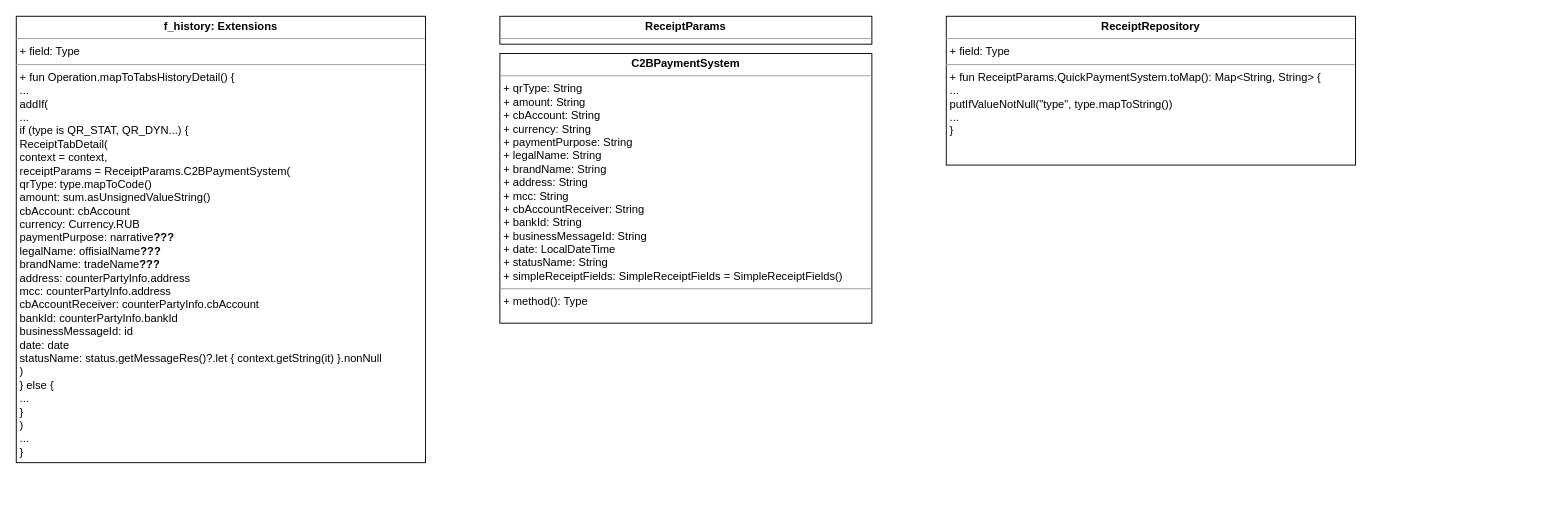
This is UNI-15154.drawio from ShiryaevNikolay/diagrams, a draw.io file, before an edit. Source tidied: cells renumbered, new cells numbered last; positions are measured from the earlier drawing's top-left corner, leaving out a move shared by most shapes. Both pictures are drawn from the tidied source at 93%, with x=0, y=0 at pixel (16, 16).
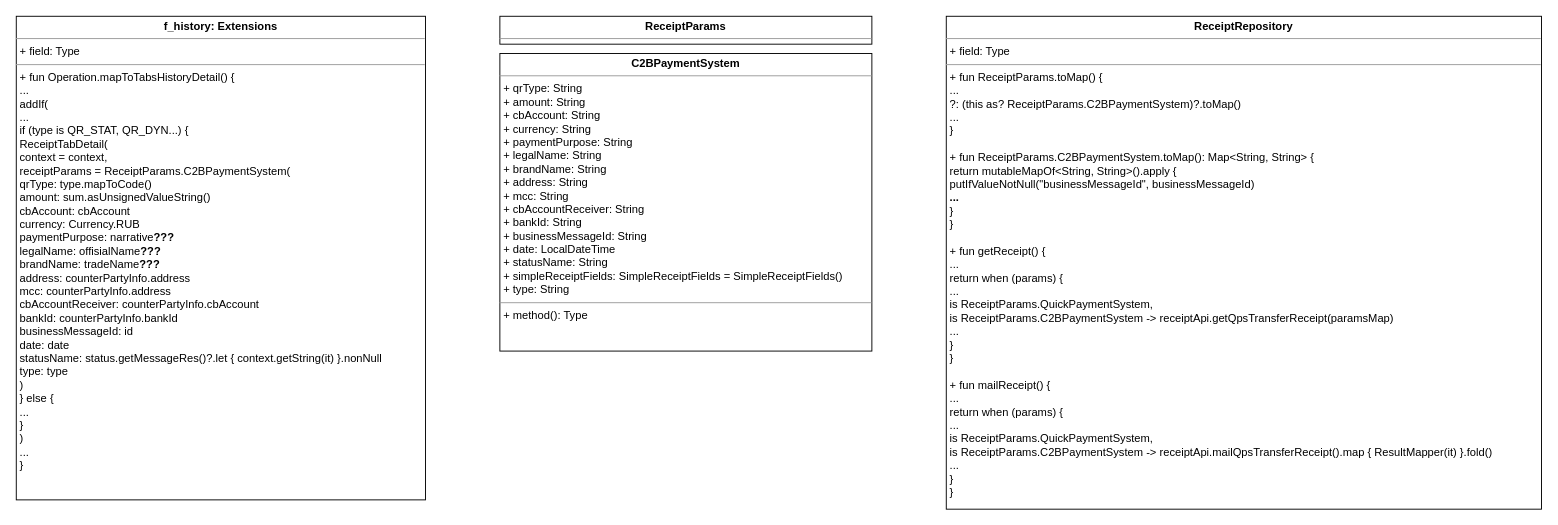
The same page after the edit.

What changed in the source:
```diff
@@
 <mxGraphModel>
   <root>
     <mxCell id="0" />
     <mxCell id="1" parent="0" />
-    <mxCell id="2" value="&lt;p style=&quot;margin: 0px ; margin-top: 4px ; text-align: center&quot;&gt;&lt;b&gt;f_history: Extensions&lt;br&gt;&lt;/b&gt;&lt;/p&gt;&lt;hr size=&quot;1&quot;&gt;&lt;p style=&quot;margin: 0px ; margin-left: 4px&quot;&gt;+ field: Type&lt;/p&gt;&lt;hr size=&quot;1&quot;&gt;&lt;p style=&quot;margin: 0px ; margin-left: 4px&quot;&gt;+ fun Operation.mapToTabsHistoryDetail() {&lt;/p&gt;&lt;p style=&quot;margin: 0px ; margin-left: 4px&quot;&gt;...&lt;/p&gt;&lt;p style=&quot;margin: 0px ; margin-left: 4px&quot;&gt;addIf(&lt;/p&gt;&lt;p style=&quot;margin: 0px ; margin-left: 4px&quot;&gt;...&lt;/p&gt;&lt;p style=&quot;margin: 0px ; margin-left: 4px&quot;&gt;if (type is QR_STAT, QR_DYN...) {&lt;/p&gt;&lt;p style=&quot;margin: 0px ; margin-left: 4px&quot;&gt;ReceiptTabDetail(&lt;br&gt;context = context,&lt;br&gt;receiptParams = ReceiptParams.C2BPaymentSystem(&lt;br&gt;qrType: type.mapToCode()&lt;/p&gt;&lt;p style=&quot;margin: 0px ; margin-left: 4px&quot;&gt;amount: sum.asUnsignedValueString()&lt;/p&gt;&lt;p style=&quot;margin: 0px ; margin-left: 4px&quot;&gt;cbAccount: cbAccount&lt;/p&gt;&lt;p style=&quot;margin: 0px ; margin-left: 4px&quot;&gt;currency: Currency.RUB&lt;/p&gt;&lt;p style=&quot;margin: 0px ; margin-left: 4px&quot;&gt;paymentPurpose: narrative&lt;b&gt;???&lt;/b&gt;&lt;/p&gt;&lt;p style=&quot;margin: 0px ; margin-left: 4px&quot;&gt;legalName: offisialName&lt;b&gt;???&lt;/b&gt;&lt;/p&gt;&lt;p style=&quot;margin: 0px ; margin-left: 4px&quot;&gt;brandName: tradeName&lt;b&gt;???&lt;/b&gt;&lt;/p&gt;&lt;p style=&quot;margin: 0px ; margin-left: 4px&quot;&gt;address: counterPartyInfo.address&lt;/p&gt;&lt;p style=&quot;margin: 0px ; margin-left: 4px&quot;&gt;mcc: counterPartyInfo.address&lt;/p&gt;&lt;p style=&quot;margin: 0px ; margin-left: 4px&quot;&gt;cbAccountReceiver: counterPartyInfo.cbAccount&lt;/p&gt;&lt;p style=&quot;margin: 0px ; margin-left: 4px&quot;&gt;bankId: counterPartyInfo.bankId&lt;/p&gt;&lt;p style=&quot;margin: 0px ; margin-left: 4px&quot;&gt;businessMessageId: id&lt;/p&gt;&lt;p style=&quot;margin: 0px ; margin-left: 4px&quot;&gt;date: date&lt;/p&gt;&lt;p style=&quot;margin: 0px ; margin-left: 4px&quot;&gt;statusName: status.getMessageRes()?.let { context.getString(it) }.nonNull&lt;/p&gt;&lt;p style=&quot;margin: 0px ; margin-left: 4px&quot;&gt;)&lt;br&gt;&lt;/p&gt;&lt;p style=&quot;margin: 0px ; margin-left: 4px&quot;&gt;} else {&lt;/p&gt;&lt;p style=&quot;margin: 0px ; margin-left: 4px&quot;&gt;...&lt;br&gt;&lt;/p&gt;&lt;p style=&quot;margin: 0px ; margin-left: 4px&quot;&gt;}&lt;br&gt;&lt;/p&gt;&lt;p style=&quot;margin: 0px ; margin-left: 4px&quot;&gt;)&lt;br&gt;&lt;/p&gt;&lt;p style=&quot;margin: 0px ; margin-left: 4px&quot;&gt;...&lt;br&gt;&lt;/p&gt;&lt;p style=&quot;margin: 0px ; margin-left: 4px&quot;&gt;}&lt;br&gt;&lt;/p&gt;" style="verticalAlign=top;align=left;overflow=fill;fontSize=12;fontFamily=Helvetica;html=1;" parent="1" vertex="1">
-      <mxGeometry width="440" height="480" as="geometry" />
+    <mxCell id="2" value="&lt;p style=&quot;margin: 0px ; margin-top: 4px ; text-align: center&quot;&gt;&lt;b&gt;f_history: Extensions&lt;br&gt;&lt;/b&gt;&lt;/p&gt;&lt;hr size=&quot;1&quot;&gt;&lt;p style=&quot;margin: 0px ; margin-left: 4px&quot;&gt;+ field: Type&lt;/p&gt;&lt;hr size=&quot;1&quot;&gt;&lt;p style=&quot;margin: 0px ; margin-left: 4px&quot;&gt;+ fun Operation.mapToTabsHistoryDetail() {&lt;/p&gt;&lt;p style=&quot;margin: 0px ; margin-left: 4px&quot;&gt;...&lt;/p&gt;&lt;p style=&quot;margin: 0px ; margin-left: 4px&quot;&gt;addIf(&lt;/p&gt;&lt;p style=&quot;margin: 0px ; margin-left: 4px&quot;&gt;...&lt;/p&gt;&lt;p style=&quot;margin: 0px ; margin-left: 4px&quot;&gt;if (type is QR_STAT, QR_DYN...) {&lt;/p&gt;&lt;p style=&quot;margin: 0px ; margin-left: 4px&quot;&gt;ReceiptTabDetail(&lt;br&gt;context = context,&lt;br&gt;receiptParams = ReceiptParams.C2BPaymentSystem(&lt;br&gt;qrType: type.mapToCode()&lt;/p&gt;&lt;p style=&quot;margin: 0px ; margin-left: 4px&quot;&gt;amount: sum.asUnsignedValueString()&lt;/p&gt;&lt;p style=&quot;margin: 0px ; margin-left: 4px&quot;&gt;cbAccount: cbAccount&lt;/p&gt;&lt;p style=&quot;margin: 0px ; margin-left: 4px&quot;&gt;currency: Currency.RUB&lt;/p&gt;&lt;p style=&quot;margin: 0px ; margin-left: 4px&quot;&gt;paymentPurpose: narrative&lt;b&gt;???&lt;/b&gt;&lt;/p&gt;&lt;p style=&quot;margin: 0px ; margin-left: 4px&quot;&gt;legalName: offisialName&lt;b&gt;???&lt;/b&gt;&lt;/p&gt;&lt;p style=&quot;margin: 0px ; margin-left: 4px&quot;&gt;brandName: tradeName&lt;b&gt;???&lt;/b&gt;&lt;/p&gt;&lt;p style=&quot;margin: 0px ; margin-left: 4px&quot;&gt;address: counterPartyInfo.address&lt;/p&gt;&lt;p style=&quot;margin: 0px ; margin-left: 4px&quot;&gt;mcc: counterPartyInfo.address&lt;/p&gt;&lt;p style=&quot;margin: 0px ; margin-left: 4px&quot;&gt;cbAccountReceiver: counterPartyInfo.cbAccount&lt;/p&gt;&lt;p style=&quot;margin: 0px ; margin-left: 4px&quot;&gt;bankId: counterPartyInfo.bankId&lt;/p&gt;&lt;p style=&quot;margin: 0px ; margin-left: 4px&quot;&gt;businessMessageId: id&lt;/p&gt;&lt;p style=&quot;margin: 0px ; margin-left: 4px&quot;&gt;date: date&lt;/p&gt;&lt;p style=&quot;margin: 0px ; margin-left: 4px&quot;&gt;statusName: status.getMessageRes()?.let { context.getString(it) }.nonNull&lt;/p&gt;&lt;p style=&quot;margin: 0px ; margin-left: 4px&quot;&gt;type: type&lt;br&gt;&lt;/p&gt;&lt;p style=&quot;margin: 0px ; margin-left: 4px&quot;&gt;)&lt;br&gt;&lt;/p&gt;&lt;p style=&quot;margin: 0px ; margin-left: 4px&quot;&gt;} else {&lt;/p&gt;&lt;p style=&quot;margin: 0px ; margin-left: 4px&quot;&gt;...&lt;br&gt;&lt;/p&gt;&lt;p style=&quot;margin: 0px ; margin-left: 4px&quot;&gt;}&lt;br&gt;&lt;/p&gt;&lt;p style=&quot;margin: 0px ; margin-left: 4px&quot;&gt;)&lt;br&gt;&lt;/p&gt;&lt;p style=&quot;margin: 0px ; margin-left: 4px&quot;&gt;...&lt;br&gt;&lt;/p&gt;&lt;p style=&quot;margin: 0px ; margin-left: 4px&quot;&gt;}&lt;br&gt;&lt;/p&gt;" style="verticalAlign=top;align=left;overflow=fill;fontSize=12;fontFamily=Helvetica;html=1;" parent="1" vertex="1">
+      <mxGeometry width="440" height="520" as="geometry" />
     </mxCell>
     <mxCell id="3" value="&lt;p style=&quot;margin: 0px ; margin-top: 4px ; text-align: center&quot;&gt;&lt;b&gt;ReceiptParams&lt;/b&gt;&lt;/p&gt;&lt;hr size=&quot;1&quot;&gt;&lt;p style=&quot;margin: 0px ; margin-left: 4px&quot;&gt;+ field: Type&lt;/p&gt;&lt;hr size=&quot;1&quot;&gt;&lt;p style=&quot;margin: 0px ; margin-left: 4px&quot;&gt;+ method(): Type&lt;/p&gt;" style="verticalAlign=top;align=left;overflow=fill;fontSize=12;fontFamily=Helvetica;html=1;" parent="1" vertex="1">
       <mxGeometry x="520" width="400" height="30" as="geometry" />
     </mxCell>
-    <mxCell id="4" value="&lt;p style=&quot;margin: 0px ; margin-top: 4px ; text-align: center&quot;&gt;&lt;b&gt;C2BPaymentSystem&lt;/b&gt;&lt;/p&gt;&lt;hr size=&quot;1&quot;&gt;&lt;p style=&quot;margin: 0px ; margin-left: 4px&quot;&gt;+ qrType: String&lt;/p&gt;&lt;p style=&quot;margin: 0px ; margin-left: 4px&quot;&gt;+ amount: String&lt;/p&gt;&lt;p style=&quot;margin: 0px ; margin-left: 4px&quot;&gt;+ cbAccount: String&lt;/p&gt;&lt;p style=&quot;margin: 0px ; margin-left: 4px&quot;&gt;+ currency: String&lt;/p&gt;&lt;p style=&quot;margin: 0px ; margin-left: 4px&quot;&gt;+ paymentPurpose: String&lt;/p&gt;&lt;p style=&quot;margin: 0px ; margin-left: 4px&quot;&gt;+ legalName: String&lt;/p&gt;&lt;p style=&quot;margin: 0px ; margin-left: 4px&quot;&gt;+ brandName: String&lt;/p&gt;&lt;p style=&quot;margin: 0px ; margin-left: 4px&quot;&gt;+ address: String&lt;/p&gt;&lt;p style=&quot;margin: 0px ; margin-left: 4px&quot;&gt;+ mcc: String&lt;/p&gt;&lt;p style=&quot;margin: 0px ; margin-left: 4px&quot;&gt;+ cbAccountReceiver: String&lt;/p&gt;&lt;p style=&quot;margin: 0px ; margin-left: 4px&quot;&gt;+ bankId: String&lt;/p&gt;&lt;p style=&quot;margin: 0px ; margin-left: 4px&quot;&gt;+ businessMessageId: String&lt;/p&gt;&lt;p style=&quot;margin: 0px ; margin-left: 4px&quot;&gt;+ date: LocalDateTime&lt;/p&gt;&lt;p style=&quot;margin: 0px ; margin-left: 4px&quot;&gt;+ statusName: String&lt;/p&gt;&lt;p style=&quot;margin: 0px ; margin-left: 4px&quot;&gt;+ simpleReceiptFields: SimpleReceiptFields = SimpleReceiptFields()&lt;br&gt;&lt;/p&gt;&lt;hr size=&quot;1&quot;&gt;&lt;p style=&quot;margin: 0px ; margin-left: 4px&quot;&gt;+ method(): Type&lt;/p&gt;" style="verticalAlign=top;align=left;overflow=fill;fontSize=12;fontFamily=Helvetica;html=1;" parent="1" vertex="1">
-      <mxGeometry x="520" y="40" width="400" height="290" as="geometry" />
+    <mxCell id="4" value="&lt;p style=&quot;margin: 0px ; margin-top: 4px ; text-align: center&quot;&gt;&lt;b&gt;C2BPaymentSystem&lt;/b&gt;&lt;/p&gt;&lt;hr size=&quot;1&quot;&gt;&lt;p style=&quot;margin: 0px ; margin-left: 4px&quot;&gt;+ qrType: String&lt;/p&gt;&lt;p style=&quot;margin: 0px ; margin-left: 4px&quot;&gt;+ amount: String&lt;/p&gt;&lt;p style=&quot;margin: 0px ; margin-left: 4px&quot;&gt;+ cbAccount: String&lt;/p&gt;&lt;p style=&quot;margin: 0px ; margin-left: 4px&quot;&gt;+ currency: String&lt;/p&gt;&lt;p style=&quot;margin: 0px ; margin-left: 4px&quot;&gt;+ paymentPurpose: String&lt;/p&gt;&lt;p style=&quot;margin: 0px ; margin-left: 4px&quot;&gt;+ legalName: String&lt;/p&gt;&lt;p style=&quot;margin: 0px ; margin-left: 4px&quot;&gt;+ brandName: String&lt;/p&gt;&lt;p style=&quot;margin: 0px ; margin-left: 4px&quot;&gt;+ address: String&lt;/p&gt;&lt;p style=&quot;margin: 0px ; margin-left: 4px&quot;&gt;+ mcc: String&lt;/p&gt;&lt;p style=&quot;margin: 0px ; margin-left: 4px&quot;&gt;+ cbAccountReceiver: String&lt;/p&gt;&lt;p style=&quot;margin: 0px ; margin-left: 4px&quot;&gt;+ bankId: String&lt;/p&gt;&lt;p style=&quot;margin: 0px ; margin-left: 4px&quot;&gt;+ businessMessageId: String&lt;/p&gt;&lt;p style=&quot;margin: 0px ; margin-left: 4px&quot;&gt;+ date: LocalDateTime&lt;/p&gt;&lt;p style=&quot;margin: 0px ; margin-left: 4px&quot;&gt;+ statusName: String&lt;/p&gt;&lt;p style=&quot;margin: 0px ; margin-left: 4px&quot;&gt;+ simpleReceiptFields: SimpleReceiptFields = SimpleReceiptFields()&lt;/p&gt;&lt;p style=&quot;margin: 0px ; margin-left: 4px&quot;&gt;+ type: String&lt;br&gt;&lt;/p&gt;&lt;hr size=&quot;1&quot;&gt;&lt;p style=&quot;margin: 0px ; margin-left: 4px&quot;&gt;+ method(): Type&lt;/p&gt;" style="verticalAlign=top;align=left;overflow=fill;fontSize=12;fontFamily=Helvetica;html=1;" parent="1" vertex="1">
+      <mxGeometry x="520" y="40" width="400" height="320" as="geometry" />
     </mxCell>
-    <mxCell id="5" value="&lt;p style=&quot;margin: 0px ; margin-top: 4px ; text-align: center&quot;&gt;&lt;b&gt;ReceiptRepository&lt;/b&gt;&lt;/p&gt;&lt;hr size=&quot;1&quot;&gt;&lt;p style=&quot;margin: 0px ; margin-left: 4px&quot;&gt;+ field: Type&lt;/p&gt;&lt;hr size=&quot;1&quot;&gt;&lt;p style=&quot;margin: 0px ; margin-left: 4px&quot;&gt;+ fun ReceiptParams.QuickPaymentSystem.toMap(): Map&amp;lt;String, String&amp;gt; {&lt;/p&gt;&lt;p style=&quot;margin: 0px ; margin-left: 4px&quot;&gt;...&lt;/p&gt;&lt;p style=&quot;margin: 0px ; margin-left: 4px&quot;&gt;putIfValueNotNull(&quot;type&quot;, type.mapToString())&lt;br&gt;&lt;/p&gt;&lt;p style=&quot;margin: 0px ; margin-left: 4px&quot;&gt;...&lt;br&gt;&lt;/p&gt;&lt;p style=&quot;margin: 0px ; margin-left: 4px&quot;&gt;}&lt;/p&gt;" style="verticalAlign=top;align=left;overflow=fill;fontSize=12;fontFamily=Helvetica;html=1;" parent="1" vertex="1">
-      <mxGeometry x="1000" width="440" height="160" as="geometry" />
+    <mxCell id="5" value="&lt;p style=&quot;margin: 0px ; margin-top: 4px ; text-align: center&quot;&gt;&lt;b&gt;ReceiptRepository&lt;/b&gt;&lt;/p&gt;&lt;hr size=&quot;1&quot;&gt;&lt;p style=&quot;margin: 0px ; margin-left: 4px&quot;&gt;+ field: Type&lt;/p&gt;&lt;hr size=&quot;1&quot;&gt;&lt;p style=&quot;margin: 0px ; margin-left: 4px&quot;&gt;+ fun ReceiptParams.toMap() {&lt;/p&gt;&lt;p style=&quot;margin: 0px ; margin-left: 4px&quot;&gt;...&lt;/p&gt;&lt;p style=&quot;margin: 0px ; margin-left: 4px&quot;&gt;?: (this as? ReceiptParams.C2BPaymentSystem)?.toMap()&lt;br&gt;&lt;/p&gt;&lt;p style=&quot;margin: 0px ; margin-left: 4px&quot;&gt;...&lt;br&gt;&lt;/p&gt;&lt;p style=&quot;margin: 0px ; margin-left: 4px&quot;&gt;}&lt;/p&gt;&lt;p style=&quot;margin: 0px ; margin-left: 4px&quot;&gt;&lt;br&gt;&lt;/p&gt;&lt;p style=&quot;margin: 0px ; margin-left: 4px&quot;&gt;+ fun ReceiptParams.C2BPaymentSystem.toMap(): Map&amp;lt;String, String&amp;gt; {&lt;/p&gt;&lt;p style=&quot;margin: 0px ; margin-left: 4px&quot;&gt;return mutableMapOf&amp;lt;String, String&amp;gt;().apply {&lt;/p&gt;&lt;p style=&quot;margin: 0px ; margin-left: 4px&quot;&gt;putIfValueNotNull(&quot;businessMessageId&quot;, businessMessageId)&lt;/p&gt;&lt;p style=&quot;margin: 0px ; margin-left: 4px&quot;&gt;&lt;b&gt;...&lt;/b&gt;&lt;br&gt;&lt;/p&gt;&lt;p style=&quot;margin: 0px ; margin-left: 4px&quot;&gt;}&lt;br&gt;&lt;/p&gt;&lt;p style=&quot;margin: 0px ; margin-left: 4px&quot;&gt;}&lt;/p&gt;&lt;p style=&quot;margin: 0px ; margin-left: 4px&quot;&gt;&lt;br&gt;&lt;/p&gt;&lt;p style=&quot;margin: 0px ; margin-left: 4px&quot;&gt;+ fun getReceipt() {&lt;/p&gt;&lt;p style=&quot;margin: 0px ; margin-left: 4px&quot;&gt;...&lt;br&gt;&lt;/p&gt;&lt;p style=&quot;margin: 0px ; margin-left: 4px&quot;&gt;return when (params) {&lt;/p&gt;&lt;p style=&quot;margin: 0px ; margin-left: 4px&quot;&gt;...&lt;/p&gt;&lt;p style=&quot;margin: 0px ; margin-left: 4px&quot;&gt;is ReceiptParams.QuickPaymentSystem,&lt;/p&gt;&lt;p style=&quot;margin: 0px ; margin-left: 4px&quot;&gt;is ReceiptParams.C2BPaymentSystem -&amp;gt; receiptApi.getQpsTransferReceipt(paramsMap)&lt;/p&gt;&lt;p style=&quot;margin: 0px ; margin-left: 4px&quot;&gt;...&lt;br&gt;&lt;/p&gt;&lt;p style=&quot;margin: 0px ; margin-left: 4px&quot;&gt;}&lt;br&gt;&lt;/p&gt;&lt;p style=&quot;margin: 0px ; margin-left: 4px&quot;&gt;}&lt;/p&gt;&lt;p style=&quot;margin: 0px ; margin-left: 4px&quot;&gt;&lt;br&gt;&lt;/p&gt;&lt;p style=&quot;margin: 0px ; margin-left: 4px&quot;&gt;+ fun mailReceipt() {&lt;/p&gt;&lt;p style=&quot;margin: 0px ; margin-left: 4px&quot;&gt;...&lt;/p&gt;&lt;p style=&quot;margin: 0px ; margin-left: 4px&quot;&gt;return when (params) {&lt;/p&gt;&lt;p style=&quot;margin: 0px ; margin-left: 4px&quot;&gt;...&lt;/p&gt;&lt;p style=&quot;margin: 0px ; margin-left: 4px&quot;&gt;is ReceiptParams.QuickPaymentSystem,&lt;/p&gt;&lt;p style=&quot;margin: 0px ; margin-left: 4px&quot;&gt;is ReceiptParams.C2BPaymentSystem -&amp;gt; receiptApi.mailQpsTransferReceipt().map { ResultMapper(it) }.fold()&lt;br&gt;&lt;/p&gt;&lt;p style=&quot;margin: 0px ; margin-left: 4px&quot;&gt;...&lt;br&gt;&lt;/p&gt;&lt;p style=&quot;margin: 0px ; margin-left: 4px&quot;&gt;}&lt;br&gt;&lt;/p&gt;&lt;p style=&quot;margin: 0px ; margin-left: 4px&quot;&gt;}&lt;br&gt;&lt;/p&gt;" style="verticalAlign=top;align=left;overflow=fill;fontSize=12;fontFamily=Helvetica;html=1;" parent="1" vertex="1">
+      <mxGeometry x="1000" width="640" height="530" as="geometry" />
     </mxCell>
   </root>
 </mxGraphModel>
```
